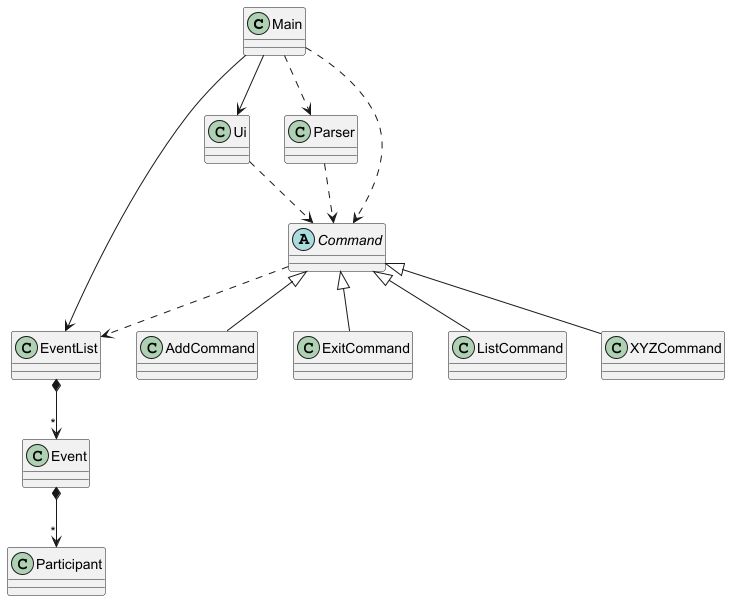
nus-cs2113-AY2425S1/tp keeps this PlantUML diagram as docs/images/ArchitectureDiagram.png. Above is the earlier version. The source it was exported from:
```plantuml
@startuml

class Main {
}

Main --> Ui
Main --> EventList
Main ..> Parser
Main ..> Command

class Ui {
}

Ui ..> Command

class Parser {
}

Parser ..> Command

abstract class Command {
}

Command <|-- AddCommand
Command <|-- ExitCommand
Command <|-- ListCommand
Command <|-- XYZCommand

Command ..> EventList

class EventList {
}

EventList *--> "*" Event

Event *--> "*" Participant

@enduml
```
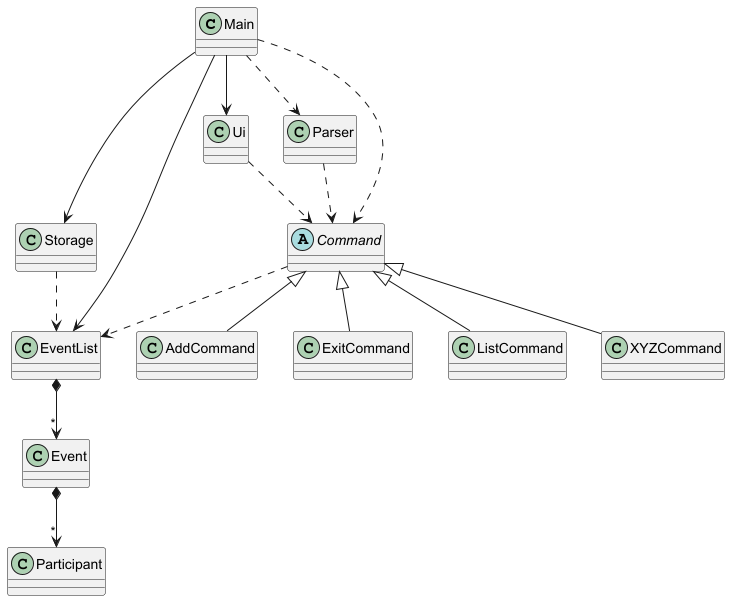
After the change.

Commit message:
Update developer guide with Storage component

The edit, as a diff of the source:
```diff
@@ -4,6 +4,7 @@
 }
 
 Main --> Ui
+Main --> Storage
 Main --> EventList
 Main ..> Parser
 Main ..> Command
@@ -17,6 +18,11 @@
 }
 
 Parser ..> Command
+
+class Storage {
+}
+
+Storage ..> EventList
 
 abstract class Command {
 }
```
